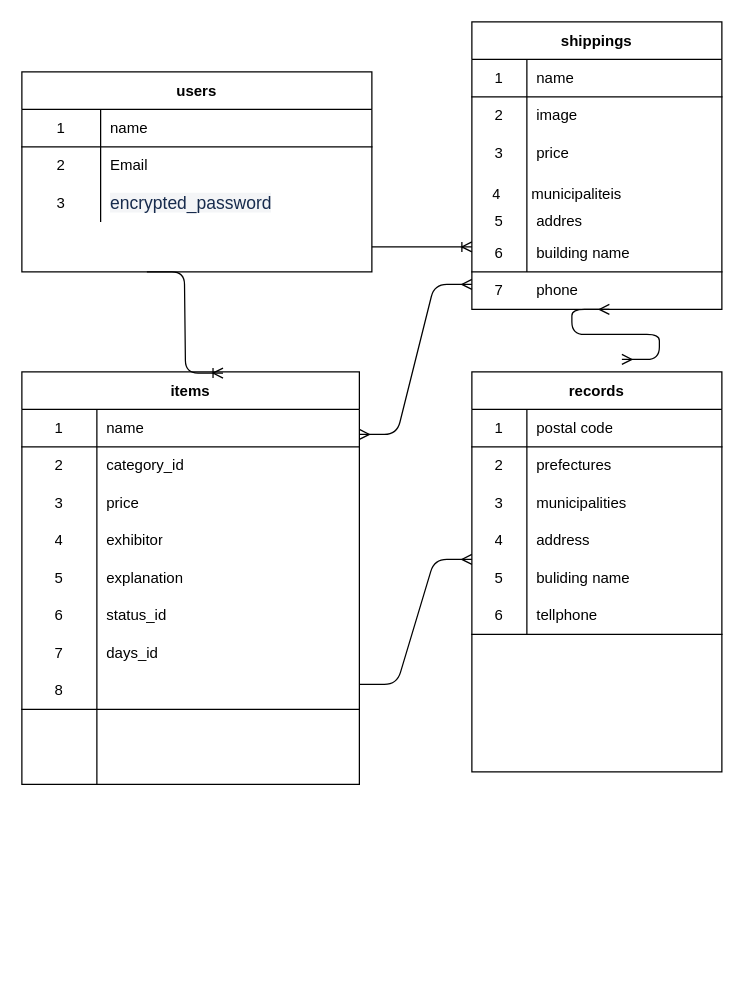
Above: ER.dio in nakamura1995/furima-35781 (draw.io), before the change. Source tidied: cells renumbered, new cells numbered last; positions are measured from the earlier drawing's top-left corner, leaving out a move shared by most shapes. Both pictures are drawn from the tidied source at 125%, with x=0, y=0 at pixel (21, 21).
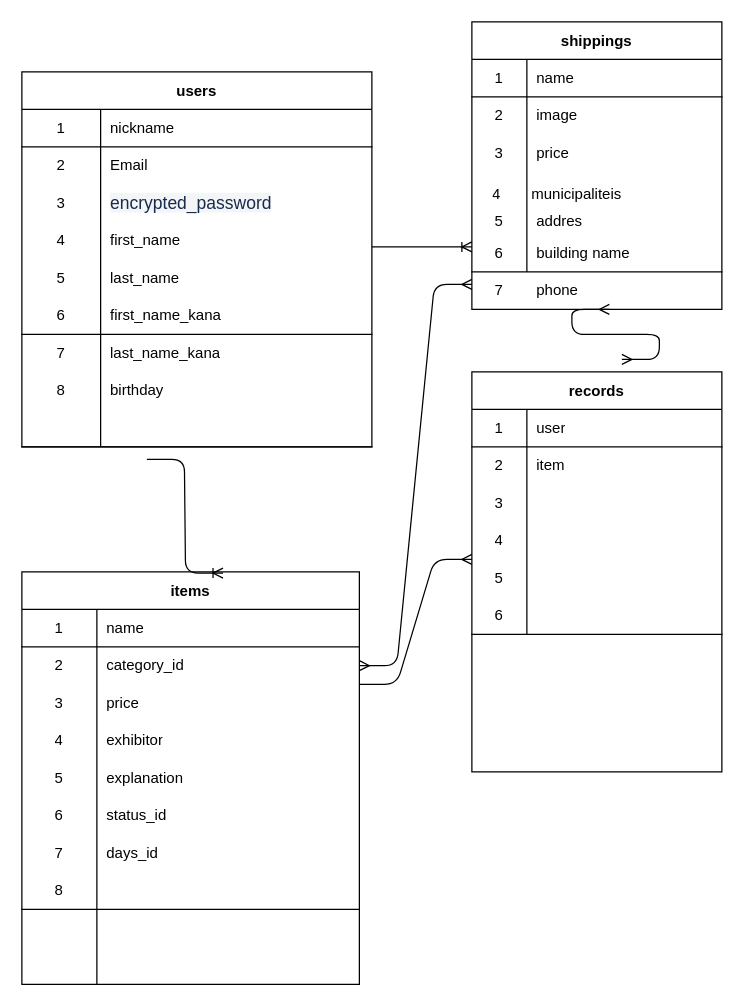
The same page after the edit.

Commit message (it also covers changes not shown here):
データベースの修正（３）

The change refers to these unchanged cells:
```xml
<mxCell id="4" style="shape=partialRectangle;html=1;whiteSpace=wrap;fillColor=none;top=0;left=0;bottom=1;right=0;" parent="3" vertex="1">
  <mxGeometry y="30" width="280" height="30" as="geometry" />
</mxCell>
<mxCell id="17" style="shape=partialRectangle;html=1;whiteSpace=wrap;fillColor=none;top=0;left=0;bottom=0;right=0;points=[[0,0.5],[1,0.5]];portConstraint=eastwest;" parent="13" vertex="1">
  <mxGeometry y="60" width="270" height="30" as="geometry" />
</mxCell>
<mxCell id="65" style="shape=partialRectangle;html=1;whiteSpace=wrap;fillColor=none;top=0;left=0;bottom=1;right=0;" parent="64" vertex="1">
  <mxGeometry y="30" width="200" height="30" as="geometry" />
</mxCell>
<mxCell id="68" style="shape=partialRectangle;html=1;whiteSpace=wrap;fillColor=none;top=0;left=0;bottom=0;right=0;" parent="64" vertex="1">
  <mxGeometry y="60" width="200" height="30" as="geometry" />
</mxCell>
<mxCell id="71" style="shape=partialRectangle;html=1;whiteSpace=wrap;fillColor=none;top=0;left=0;bottom=0;right=0;" parent="64" vertex="1">
  <mxGeometry y="90" width="200" height="30" as="geometry" />
</mxCell>
<mxCell id="74" style="shape=partialRectangle;html=1;whiteSpace=wrap;fillColor=none;top=0;left=0;bottom=0;right=0;" parent="64" vertex="1">
  <mxGeometry y="120" width="200" height="30" as="geometry" />
</mxCell>
<mxCell id="77" style="shape=partialRectangle;html=1;whiteSpace=wrap;fillColor=none;top=0;left=0;bottom=0;right=0;" parent="64" vertex="1">
  <mxGeometry y="150" width="200" height="30" as="geometry" />
</mxCell>
<mxCell id="80" style="shape=partialRectangle;html=1;whiteSpace=wrap;fillColor=none;top=0;left=0;bottom=1;right=0;" parent="64" vertex="1">
  <mxGeometry y="180" width="200" height="30" as="geometry" />
</mxCell>
```

Change to the diagram source:
```diff
@@
     <mxCell id="3" value="users" style="shape=table;startSize=30;childLayout=tableLayout;rowLines=0;fontStyle=1;align=center;" parent="1" vertex="1">
-      <mxGeometry y="40" width="280" height="160" as="geometry" />
+      <mxGeometry y="40" width="280" height="300" as="geometry" />
     </mxCell>
@@
-    <mxCell id="6" value="name" style="shape=partialRectangle;html=1;whiteSpace=wrap;fillColor=none;top=0;left=0;bottom=0;right=0;align=left;spacingLeft=6;overflow=hidden;" parent="4" vertex="1">
+    <mxCell id="6" value="nickname" style="shape=partialRectangle;html=1;whiteSpace=wrap;fillColor=none;top=0;left=0;bottom=0;right=0;align=left;spacingLeft=6;overflow=hidden;" parent="4" vertex="1">
       <mxGeometry x="63" width="217" height="30" as="geometry" />
     </mxCell>
@@
+    <mxCell id="91" style="shape=partialRectangle;html=1;whiteSpace=wrap;fillColor=none;top=0;left=0;bottom=0;right=0;" parent="3" vertex="1">
+      <mxGeometry y="120" width="280" height="30" as="geometry" />
+    </mxCell>
+    <mxCell id="92" value="4" style="shape=partialRectangle;html=1;whiteSpace=wrap;fillColor=none;top=0;left=0;bottom=0;right=0;overflow=hidden;" parent="91" vertex="1">
+      <mxGeometry width="63" height="30" as="geometry" />
+    </mxCell>
+    <mxCell id="93" value="first_name" style="shape=partialRectangle;html=1;whiteSpace=wrap;fillColor=none;top=0;left=0;bottom=0;right=0;align=left;spacingLeft=6;overflow=hidden;" parent="91" vertex="1">
+      <mxGeometry x="63" width="217" height="30" as="geometry" />
+    </mxCell>
+    <mxCell id="94" style="shape=partialRectangle;html=1;whiteSpace=wrap;fillColor=none;top=0;left=0;bottom=0;right=0;" parent="3" vertex="1">
+      <mxGeometry y="150" width="280" height="30" as="geometry" />
+    </mxCell>
+    <mxCell id="95" value="5" style="shape=partialRectangle;html=1;whiteSpace=wrap;fillColor=none;top=0;left=0;bottom=0;right=0;overflow=hidden;" parent="94" vertex="1">
+      <mxGeometry width="63" height="30" as="geometry" />
+    </mxCell>
+    <mxCell id="96" value="last_name" style="shape=partialRectangle;html=1;whiteSpace=wrap;fillColor=none;top=0;left=0;bottom=0;right=0;align=left;spacingLeft=6;overflow=hidden;" parent="94" vertex="1">
+      <mxGeometry x="63" width="217" height="30" as="geometry" />
+    </mxCell>
+    <mxCell id="97" style="shape=partialRectangle;html=1;whiteSpace=wrap;fillColor=none;top=0;left=0;bottom=1;right=0;" parent="3" vertex="1">
+      <mxGeometry y="180" width="280" height="30" as="geometry" />
+    </mxCell>
+    <mxCell id="98" value="6" style="shape=partialRectangle;html=1;whiteSpace=wrap;fillColor=none;top=0;left=0;bottom=0;right=0;overflow=hidden;" parent="97" vertex="1">
+      <mxGeometry width="63" height="30" as="geometry" />
+    </mxCell>
+    <mxCell id="99" value="first_name_kana" style="shape=partialRectangle;html=1;whiteSpace=wrap;fillColor=none;top=0;left=0;bottom=0;right=0;align=left;spacingLeft=6;overflow=hidden;" parent="97" vertex="1">
+      <mxGeometry x="63" width="217" height="30" as="geometry" />
+    </mxCell>
+    <mxCell id="100" style="shape=partialRectangle;html=1;whiteSpace=wrap;fillColor=none;top=0;left=0;bottom=0;right=0;" parent="3" vertex="1">
+      <mxGeometry y="210" width="280" height="30" as="geometry" />
+    </mxCell>
+    <mxCell id="101" value="7" style="shape=partialRectangle;html=1;whiteSpace=wrap;fillColor=none;top=0;left=0;bottom=0;right=0;overflow=hidden;" parent="100" vertex="1">
+      <mxGeometry width="63" height="30" as="geometry" />
+    </mxCell>
+    <mxCell id="102" value="last_name_kana" style="shape=partialRectangle;html=1;whiteSpace=wrap;fillColor=none;top=0;left=0;bottom=0;right=0;align=left;spacingLeft=6;overflow=hidden;" parent="100" vertex="1">
+      <mxGeometry x="63" width="217" height="30" as="geometry" />
+    </mxCell>
+    <mxCell id="103" style="shape=partialRectangle;html=1;whiteSpace=wrap;fillColor=none;top=0;left=0;bottom=0;right=0;" parent="3" vertex="1">
+      <mxGeometry y="240" width="280" height="30" as="geometry" />
+    </mxCell>
+    <mxCell id="104" value="8" style="shape=partialRectangle;html=1;whiteSpace=wrap;fillColor=none;top=0;left=0;bottom=0;right=0;overflow=hidden;" parent="103" vertex="1">
+      <mxGeometry width="63" height="30" as="geometry" />
+    </mxCell>
+    <mxCell id="105" value="birthday" style="shape=partialRectangle;html=1;whiteSpace=wrap;fillColor=none;top=0;left=0;bottom=0;right=0;align=left;spacingLeft=6;overflow=hidden;" parent="103" vertex="1">
+      <mxGeometry x="63" width="217" height="30" as="geometry" />
+    </mxCell>
+    <mxCell id="106" style="shape=partialRectangle;html=1;whiteSpace=wrap;fillColor=none;top=0;left=0;bottom=1;right=0;" parent="3" vertex="1">
+      <mxGeometry y="270" width="280" height="30" as="geometry" />
+    </mxCell>
+    <mxCell id="107" style="shape=partialRectangle;html=1;whiteSpace=wrap;fillColor=none;top=0;left=0;bottom=0;right=0;overflow=hidden;" parent="106" vertex="1">
+      <mxGeometry width="63" height="30" as="geometry" />
+    </mxCell>
+    <mxCell id="108" style="shape=partialRectangle;html=1;whiteSpace=wrap;fillColor=none;top=0;left=0;bottom=0;right=0;align=left;spacingLeft=6;overflow=hidden;" parent="106" vertex="1">
+      <mxGeometry x="63" width="217" height="30" as="geometry" />
+    </mxCell>
     <mxCell id="13" value="items" style="shape=table;startSize=30;childLayout=tableLayout;rowLines=0;fontStyle=1;align=center;" parent="1" vertex="1">
-      <mxGeometry y="280" width="270" height="330" as="geometry" />
+      <mxGeometry y="440" width="270" height="330" as="geometry" />
     </mxCell>
@@
-    <mxCell id="67" value="postal code" style="shape=partialRectangle;html=1;whiteSpace=wrap;fillColor=none;top=0;left=0;bottom=0;right=0;align=left;spacingLeft=6;overflow=hidden;" parent="65" vertex="1">
+    <mxCell id="67" value="user" style="shape=partialRectangle;html=1;whiteSpace=wrap;fillColor=none;top=0;left=0;bottom=0;right=0;align=left;spacingLeft=6;overflow=hidden;" parent="65" vertex="1">
       <mxGeometry x="44" width="156" height="30" as="geometry" />
     </mxCell>
@@
-    <mxCell id="70" value="prefectures" style="shape=partialRectangle;html=1;whiteSpace=wrap;fillColor=none;top=0;left=0;bottom=0;right=0;align=left;spacingLeft=6;overflow=hidden;" parent="68" vertex="1">
+    <mxCell id="70" value="item" style="shape=partialRectangle;html=1;whiteSpace=wrap;fillColor=none;top=0;left=0;bottom=0;right=0;align=left;spacingLeft=6;overflow=hidden;" parent="68" vertex="1">
       <mxGeometry x="44" width="156" height="30" as="geometry" />
     </mxCell>
@@
-    <mxCell id="73" value="municipalities" style="shape=partialRectangle;html=1;whiteSpace=wrap;fillColor=none;top=0;left=0;bottom=0;right=0;align=left;spacingLeft=6;overflow=hidden;" parent="71" vertex="1">
+    <mxCell id="73" style="shape=partialRectangle;html=1;whiteSpace=wrap;fillColor=none;top=0;left=0;bottom=0;right=0;align=left;spacingLeft=6;overflow=hidden;" parent="71" vertex="1">
       <mxGeometry x="44" width="156" height="30" as="geometry" />
     </mxCell>
@@
-    <mxCell id="76" value="address" style="shape=partialRectangle;html=1;whiteSpace=wrap;fillColor=none;top=0;left=0;bottom=0;right=0;align=left;spacingLeft=6;overflow=hidden;" parent="74" vertex="1">
+    <mxCell id="76" style="shape=partialRectangle;html=1;whiteSpace=wrap;fillColor=none;top=0;left=0;bottom=0;right=0;align=left;spacingLeft=6;overflow=hidden;" parent="74" vertex="1">
       <mxGeometry x="44" width="156" height="30" as="geometry" />
     </mxCell>
@@
-    <mxCell id="79" value="buliding name" style="shape=partialRectangle;html=1;whiteSpace=wrap;fillColor=none;top=0;left=0;bottom=0;right=0;align=left;spacingLeft=6;overflow=hidden;" parent="77" vertex="1">
+    <mxCell id="79" style="shape=partialRectangle;html=1;whiteSpace=wrap;fillColor=none;top=0;left=0;bottom=0;right=0;align=left;spacingLeft=6;overflow=hidden;" parent="77" vertex="1">
       <mxGeometry x="44" width="156" height="30" as="geometry" />
     </mxCell>
@@
-    <mxCell id="82" value="tellphone" style="shape=partialRectangle;html=1;whiteSpace=wrap;fillColor=none;top=0;left=0;bottom=0;right=0;align=left;spacingLeft=6;overflow=hidden;" parent="80" vertex="1">
+    <mxCell id="82" style="shape=partialRectangle;html=1;whiteSpace=wrap;fillColor=none;top=0;left=0;bottom=0;right=0;align=left;spacingLeft=6;overflow=hidden;" parent="80" vertex="1">
       <mxGeometry x="44" width="156" height="30" as="geometry" />
     </mxCell>
@@
     <mxCell id="85" style="edgeStyle=entityRelationEdgeStyle;fontSize=12;html=1;endArrow=ERoneToMany;entryX=0.596;entryY=0.003;entryDx=0;entryDy=0;entryPerimeter=0;" parent="1" edge="1" target="13">
       <mxGeometry relative="1" as="geometry">
-        <mxPoint x="100" y="200" as="sourcePoint" />
+        <mxPoint x="100" y="350" as="sourcePoint" />
       </mxGeometry>
     </mxCell>
@@
-    <mxCell id="90" style="edgeStyle=entityRelationEdgeStyle;fontSize=12;html=1;endArrow=ERmany;startArrow=ERmany;" parent="1" edge="1">
+    <mxCell id="90" style="edgeStyle=entityRelationEdgeStyle;fontSize=12;html=1;endArrow=ERmany;startArrow=ERmany;exitX=1;exitY=0.5;exitDx=0;exitDy=0;" parent="1" edge="1" source="17">
       <mxGeometry relative="1" as="geometry">
-        <mxPoint x="270" y="330" as="sourcePoint" />
         <mxPoint x="360" y="210" as="targetPoint" />
       </mxGeometry>
     </mxCell>
```
